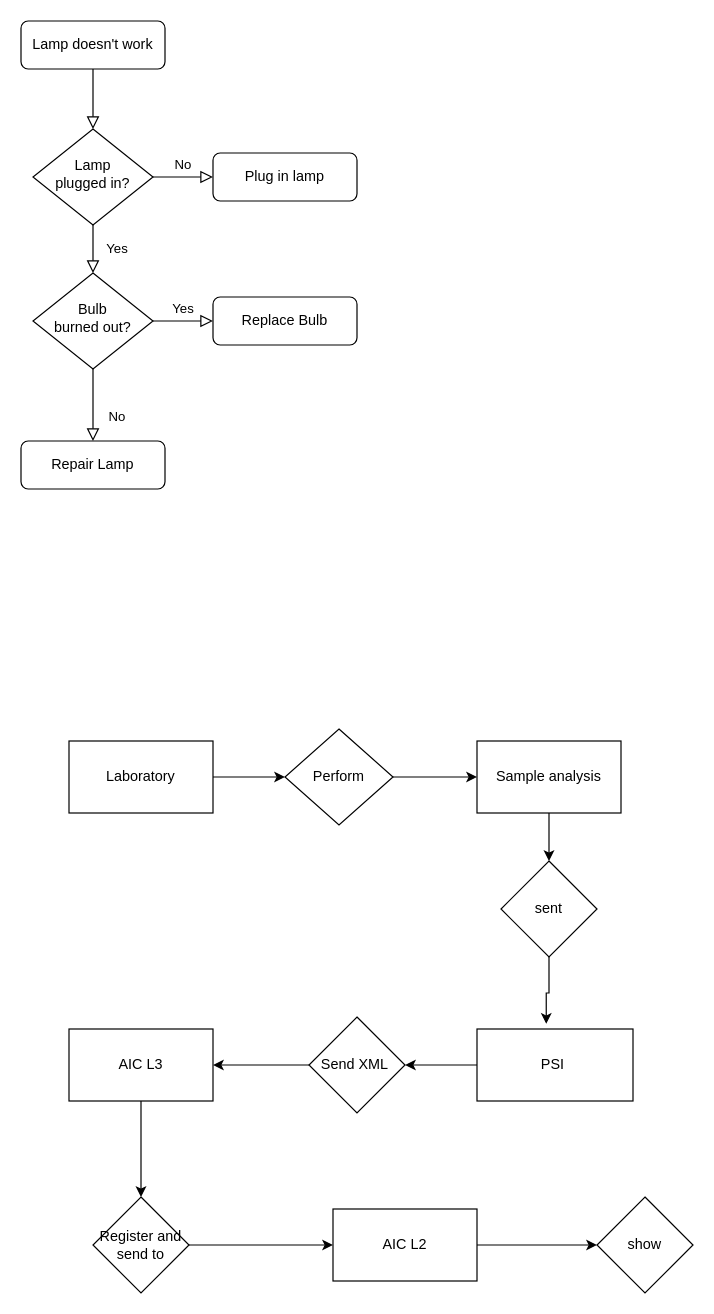
Earlier version of the draw.io diagram Diagramma senza titolo.drawio (profsalerno/WorkFlow_Communications). Source tidied: cells renumbered, new cells numbered last; positions are measured from the earlier drawing's top-left corner, leaving out a move shared by most shapes. Both pictures are drawn from the tidied source at 120%, with x=0, y=0 at pixel (20, 20).
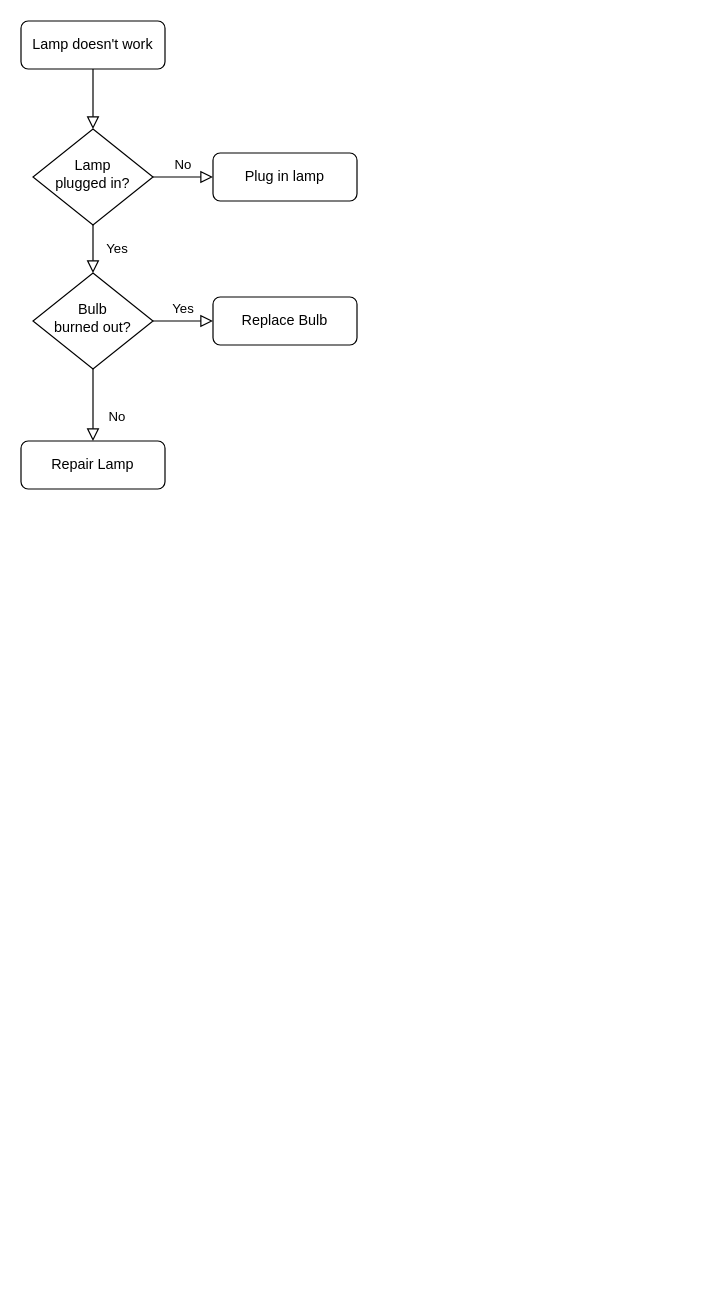
After the change.

Diff of the diagram source:
```diff
@@
-    <mxCell id="13" style="edgeStyle=orthogonalEdgeStyle;rounded=0;jettySize=auto;html=1;entryX=1;entryY=0.5;entryDx=0;entryDy=0;" parent="1" edge="1" source="14" target="28">
-      <mxGeometry relative="1" as="geometry" />
-    </mxCell>
-    <mxCell id="14" value="PSI&amp;nbsp;" style="rounded=0;whiteSpace=wrap;html=1;" parent="1" vertex="1">
-      <mxGeometry x="380" y="840" width="130" height="60" as="geometry" />
-    </mxCell>
-    <mxCell id="15" style="edgeStyle=orthogonalEdgeStyle;rounded=0;jettySize=auto;html=1;entryX=0;entryY=0.5;entryDx=0;entryDy=0;" parent="1" edge="1" source="16" target="22">
-      <mxGeometry relative="1" as="geometry" />
-    </mxCell>
-    <mxCell id="16" value="Laboratory" style="rounded=0;whiteSpace=wrap;html=1;" parent="1" vertex="1">
-      <mxGeometry x="40" y="600" width="120" height="60" as="geometry" />
-    </mxCell>
-    <mxCell id="17" style="edgeStyle=orthogonalEdgeStyle;rounded=0;jettySize=auto;html=1;entryX=0;entryY=0.5;entryDx=0;entryDy=0;" parent="1" edge="1" source="18" target="31">
-      <mxGeometry relative="1" as="geometry" />
-    </mxCell>
-    <mxCell id="18" value="AIC L2" style="rounded=0;whiteSpace=wrap;html=1;" parent="1" vertex="1">
-      <mxGeometry x="260" y="990" width="120" height="60" as="geometry" />
-    </mxCell>
-    <mxCell id="19" style="edgeStyle=orthogonalEdgeStyle;rounded=0;jettySize=auto;html=1;" parent="1" edge="1" source="20" target="24">
-      <mxGeometry relative="1" as="geometry" />
-    </mxCell>
-    <mxCell id="20" value="Sample analysis" style="whiteSpace=wrap;html=1;rounded=0;" parent="1" vertex="1">
-      <mxGeometry x="380" y="600" width="120" height="60" as="geometry" />
-    </mxCell>
-    <mxCell id="21" style="edgeStyle=orthogonalEdgeStyle;rounded=0;jettySize=auto;html=1;entryX=0;entryY=0.5;entryDx=0;entryDy=0;" parent="1" edge="1" source="22" target="20">
-      <mxGeometry relative="1" as="geometry" />
-    </mxCell>
-    <mxCell id="22" value="Perform" style="rhombus;whiteSpace=wrap;html=1;" parent="1" vertex="1">
-      <mxGeometry x="220" y="590" width="90" height="80" as="geometry" />
-    </mxCell>
-    <mxCell id="23" style="edgeStyle=orthogonalEdgeStyle;rounded=0;jettySize=auto;html=1;entryX=0.444;entryY=-0.072;entryDx=0;entryDy=0;entryPerimeter=0;" parent="1" edge="1" source="24" target="14">
-      <mxGeometry relative="1" as="geometry" />
-    </mxCell>
-    <mxCell id="24" value="sent" style="rhombus;whiteSpace=wrap;html=1;" parent="1" vertex="1">
-      <mxGeometry x="400" y="700" width="80" height="80" as="geometry" />
-    </mxCell>
-    <mxCell id="25" style="edgeStyle=orthogonalEdgeStyle;rounded=0;jettySize=auto;html=1;entryX=0.5;entryY=0;entryDx=0;entryDy=0;" parent="1" edge="1" source="26" target="30">
-      <mxGeometry relative="1" as="geometry" />
-    </mxCell>
-    <mxCell id="26" value="AIC L3" style="rounded=0;whiteSpace=wrap;html=1;" parent="1" vertex="1">
-      <mxGeometry x="40" y="840" width="120" height="60" as="geometry" />
-    </mxCell>
-    <mxCell id="27" style="edgeStyle=orthogonalEdgeStyle;rounded=0;jettySize=auto;html=1;entryX=1;entryY=0.5;entryDx=0;entryDy=0;" parent="1" edge="1" source="28" target="26">
-      <mxGeometry relative="1" as="geometry" />
-    </mxCell>
-    <mxCell id="28" value="Send XML&amp;nbsp;" style="rhombus;whiteSpace=wrap;html=1;" parent="1" vertex="1">
-      <mxGeometry x="240" y="830" width="80" height="80" as="geometry" />
-    </mxCell>
-    <mxCell id="29" style="edgeStyle=orthogonalEdgeStyle;rounded=0;jettySize=auto;html=1;entryX=0;entryY=0.5;entryDx=0;entryDy=0;" parent="1" edge="1" source="30" target="18">
-      <mxGeometry relative="1" as="geometry" />
-    </mxCell>
-    <mxCell id="30" value="Register and send to" style="rhombus;whiteSpace=wrap;html=1;" parent="1" vertex="1">
-      <mxGeometry x="60" y="980" width="80" height="80" as="geometry" />
-    </mxCell>
-    <mxCell id="31" value="show" style="rhombus;whiteSpace=wrap;html=1;" parent="1" vertex="1">
-      <mxGeometry x="480" y="980" width="80" height="80" as="geometry" />
-    </mxCell>
```
